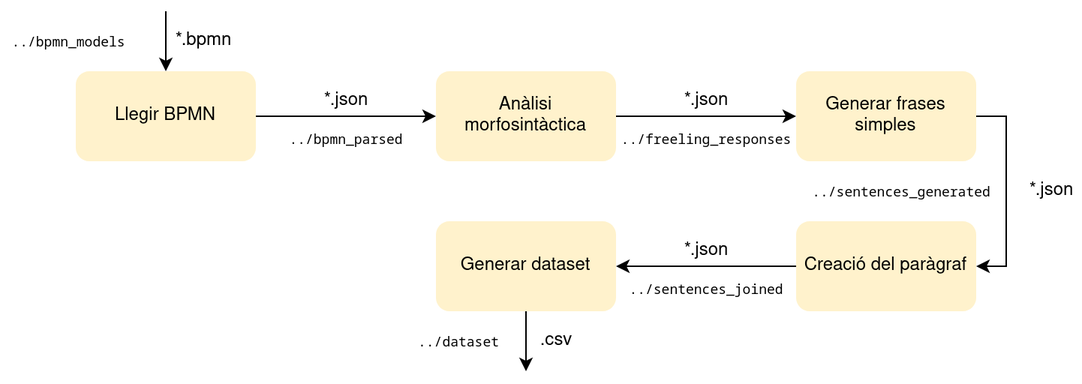
Above: resources/software-modules.png in guillempla/bpmn-to-text (draw.io), before the change. Source tidied: cells renumbered, new cells last; positions are measured from the earlier drawing's top-left corner, leaving out a move shared by most shapes. The source it was exported from:
```xml
<mxGraphModel>
  <root>
    <mxCell id="0" />
    <mxCell id="1" parent="0" />
    <mxCell id="2" style="edgeStyle=orthogonalEdgeStyle;rounded=0;jettySize=auto;html=1;" parent="1" edge="1" source="3" target="5">
      <mxGeometry relative="1" as="geometry" />
    </mxCell>
    <mxCell id="3" value="Llegir BPMN" style="rounded=1;whiteSpace=wrap;html=1;fillColor=#fff2cc;strokeColor=none;glass=0;shadow=0;sketch=0;" parent="1" vertex="1">
      <mxGeometry x="50" y="40" width="120" height="60" as="geometry" />
    </mxCell>
    <mxCell id="4" style="edgeStyle=orthogonalEdgeStyle;rounded=0;jettySize=auto;html=1;" parent="1" edge="1" source="5" target="7">
      <mxGeometry relative="1" as="geometry" />
    </mxCell>
    <mxCell id="5" value="&lt;div&gt;Anàlisi morfosintàctica&lt;/div&gt;" style="rounded=1;whiteSpace=wrap;html=1;fillColor=#fff2cc;strokeColor=none;glass=0;shadow=0;sketch=0;" parent="1" vertex="1">
      <mxGeometry x="290" y="40" width="120" height="60" as="geometry" />
    </mxCell>
    <mxCell id="6" style="edgeStyle=orthogonalEdgeStyle;rounded=0;jettySize=auto;html=1;" parent="1" edge="1" source="7" target="9">
      <mxGeometry relative="1" as="geometry">
        <Array as="points">
          <mxPoint x="670" y="70" />
          <mxPoint x="670" y="170" />
        </Array>
      </mxGeometry>
    </mxCell>
    <mxCell id="7" value="&lt;div&gt;Generar frases simples&lt;/div&gt;" style="rounded=1;whiteSpace=wrap;html=1;fillColor=#fff2cc;strokeColor=none;glass=0;shadow=0;sketch=0;" parent="1" vertex="1">
      <mxGeometry x="530" y="40" width="120" height="60" as="geometry" />
    </mxCell>
    <mxCell id="8" style="edgeStyle=orthogonalEdgeStyle;rounded=0;jettySize=auto;html=1;" parent="1" edge="1" source="9" target="11">
      <mxGeometry relative="1" as="geometry" />
    </mxCell>
    <mxCell id="9" value="Creació del paràgraf" style="rounded=1;whiteSpace=wrap;html=1;fillColor=#fff2cc;strokeColor=none;glass=0;shadow=0;sketch=0;" parent="1" vertex="1">
      <mxGeometry x="530" y="140" width="120" height="60" as="geometry" />
    </mxCell>
    <mxCell id="10" style="edgeStyle=orthogonalEdgeStyle;rounded=0;jettySize=auto;html=1;" parent="1" edge="1" source="11">
      <mxGeometry relative="1" as="geometry">
        <mxPoint x="350" y="240" as="targetPoint" />
      </mxGeometry>
    </mxCell>
    <mxCell id="11" value="Generar dataset" style="rounded=1;whiteSpace=wrap;html=1;fillColor=#fff2cc;strokeColor=none;glass=0;shadow=0;sketch=0;" parent="1" vertex="1">
      <mxGeometry x="290" y="140" width="120" height="60" as="geometry" />
    </mxCell>
    <mxCell id="12" style="endArrow=classic;html=1;rounded=0;entryX=0.5;entryY=0;entryDx=0;entryDy=0;" parent="1" edge="1" target="3">
      <mxGeometry relative="1" as="geometry">
        <mxPoint x="110" as="sourcePoint" />
      </mxGeometry>
    </mxCell>
    <mxCell id="13" value="*.bpmn" style="text;html=1;align=center;verticalAlign=middle;strokeColor=none;fillColor=none;" parent="1" vertex="1">
      <mxGeometry x="110" y="10" width="50" height="20" as="geometry" />
    </mxCell>
    <mxCell id="14" value="*.json" style="text;html=1;align=center;verticalAlign=middle;strokeColor=none;fillColor=none;" parent="1" vertex="1">
      <mxGeometry x="210" y="50" width="40" height="20" as="geometry" />
    </mxCell>
    <mxCell id="15" value="*.json" style="text;html=1;align=center;verticalAlign=middle;strokeColor=none;fillColor=none;" parent="1" vertex="1">
      <mxGeometry x="450" y="50" width="40" height="20" as="geometry" />
    </mxCell>
    <mxCell id="16" value="&lt;div&gt;*.json&lt;/div&gt;" style="text;html=1;align=center;verticalAlign=middle;strokeColor=none;fillColor=none;" parent="1" vertex="1">
      <mxGeometry x="680" y="110" width="40" height="20" as="geometry" />
    </mxCell>
    <mxCell id="17" value="*.json" style="text;html=1;align=center;verticalAlign=middle;strokeColor=none;fillColor=none;" parent="1" vertex="1">
      <mxGeometry x="450" y="150" width="40" height="20" as="geometry" />
    </mxCell>
    <mxCell id="18" value=".csv" style="text;html=1;align=center;verticalAlign=middle;strokeColor=none;fillColor=none;" parent="1" vertex="1">
      <mxGeometry x="350" y="210" width="40" height="20" as="geometry" />
    </mxCell>
    <mxCell id="19" value="&lt;pre style=&quot;font-size: 9px&quot;&gt;&lt;font style=&quot;font-size: 9px&quot;&gt;../bpmn_models&lt;/font&gt;&lt;/pre&gt;" style="text;html=1;align=center;verticalAlign=middle;strokeColor=none;fillColor=none;" parent="1" vertex="1">
      <mxGeometry width="90" height="40" as="geometry" />
    </mxCell>
    <mxCell id="20" value="&lt;pre&gt;../bpmn_parsed&lt;/pre&gt;" style="text;html=1;align=center;verticalAlign=middle;strokeColor=none;fillColor=none;fontSize=9;" parent="1" vertex="1">
      <mxGeometry x="185" y="70" width="90" height="30" as="geometry" />
    </mxCell>
    <mxCell id="21" value="&lt;pre&gt;../freeling_responses&lt;br&gt;&lt;/pre&gt;" style="text;html=1;align=center;verticalAlign=middle;strokeColor=none;fillColor=none;fontSize=9;" parent="1" vertex="1">
      <mxGeometry x="405" y="70" width="130" height="30" as="geometry" />
    </mxCell>
    <mxCell id="22" value="&lt;pre&gt;../sentences_generated&lt;br&gt;&lt;/pre&gt;" style="text;html=1;align=center;verticalAlign=middle;strokeColor=none;fillColor=none;fontSize=9;" parent="1" vertex="1">
      <mxGeometry x="535" y="105" width="130" height="30" as="geometry" />
    </mxCell>
    <mxCell id="23" value="&lt;pre&gt;../sentences_joined&lt;br&gt;&lt;/pre&gt;" style="text;html=1;align=center;verticalAlign=middle;strokeColor=none;fillColor=none;fontSize=9;" parent="1" vertex="1">
      <mxGeometry x="410" y="170" width="120" height="30" as="geometry" />
    </mxCell>
    <mxCell id="24" value="&lt;pre&gt;../dataset&lt;/pre&gt;" style="text;html=1;align=center;verticalAlign=middle;strokeColor=none;fillColor=none;fontSize=9;" parent="1" vertex="1">
      <mxGeometry x="270" y="205" width="70" height="30" as="geometry" />
    </mxCell>
  </root>
</mxGraphModel>
```
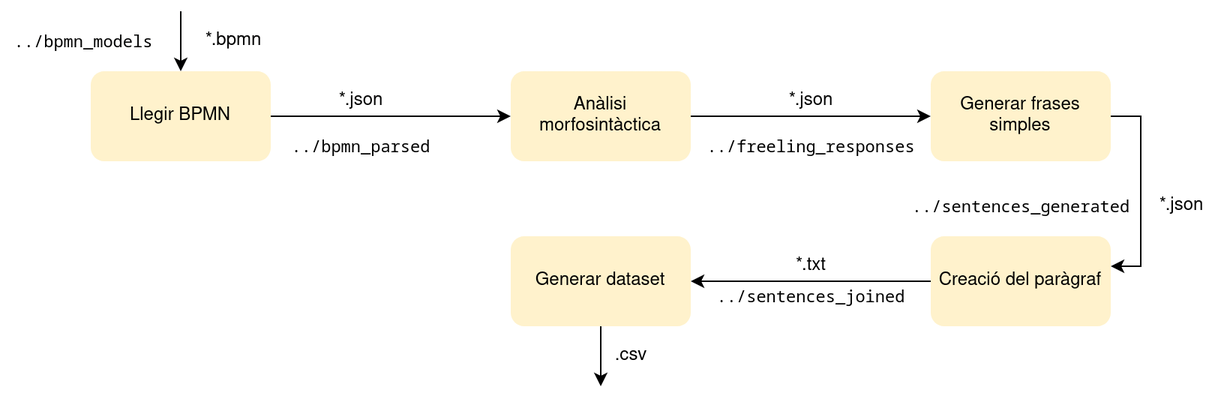
After the commit.

Commit message:
Updated memory, updated software modules

Diff of the diagram source:
```diff
@@ -6,79 +6,76 @@
       <mxGeometry relative="1" as="geometry" />
     </mxCell>
     <mxCell id="3" value="Llegir BPMN" style="rounded=1;whiteSpace=wrap;html=1;fillColor=#fff2cc;strokeColor=none;glass=0;shadow=0;sketch=0;" parent="1" vertex="1">
-      <mxGeometry x="50" y="40" width="120" height="60" as="geometry" />
+      <mxGeometry x="90" y="40" width="120" height="60" as="geometry" />
     </mxCell>
     <mxCell id="4" style="edgeStyle=orthogonalEdgeStyle;rounded=0;jettySize=auto;html=1;" parent="1" edge="1" source="5" target="7">
       <mxGeometry relative="1" as="geometry" />
     </mxCell>
     <mxCell id="5" value="&lt;div&gt;Anàlisi morfosintàctica&lt;/div&gt;" style="rounded=1;whiteSpace=wrap;html=1;fillColor=#fff2cc;strokeColor=none;glass=0;shadow=0;sketch=0;" parent="1" vertex="1">
-      <mxGeometry x="290" y="40" width="120" height="60" as="geometry" />
+      <mxGeometry x="370" y="40" width="120" height="60" as="geometry" />
     </mxCell>
     <mxCell id="6" style="edgeStyle=orthogonalEdgeStyle;rounded=0;jettySize=auto;html=1;" parent="1" edge="1" source="7" target="9">
       <mxGeometry relative="1" as="geometry">
         <Array as="points">
-          <mxPoint x="670" y="70" />
-          <mxPoint x="670" y="170" />
+          <mxPoint x="790" y="70" />
+          <mxPoint x="790" y="170" />
         </Array>
       </mxGeometry>
     </mxCell>
     <mxCell id="7" value="&lt;div&gt;Generar frases simples&lt;/div&gt;" style="rounded=1;whiteSpace=wrap;html=1;fillColor=#fff2cc;strokeColor=none;glass=0;shadow=0;sketch=0;" parent="1" vertex="1">
-      <mxGeometry x="530" y="40" width="120" height="60" as="geometry" />
+      <mxGeometry x="650" y="40" width="120" height="60" as="geometry" />
     </mxCell>
     <mxCell id="8" style="edgeStyle=orthogonalEdgeStyle;rounded=0;jettySize=auto;html=1;" parent="1" edge="1" source="9" target="11">
       <mxGeometry relative="1" as="geometry" />
     </mxCell>
     <mxCell id="9" value="Creació del paràgraf" style="rounded=1;whiteSpace=wrap;html=1;fillColor=#fff2cc;strokeColor=none;glass=0;shadow=0;sketch=0;" parent="1" vertex="1">
-      <mxGeometry x="530" y="140" width="120" height="60" as="geometry" />
+      <mxGeometry x="650" y="150" width="120" height="60" as="geometry" />
     </mxCell>
     <mxCell id="10" style="edgeStyle=orthogonalEdgeStyle;rounded=0;jettySize=auto;html=1;" parent="1" edge="1" source="11">
       <mxGeometry relative="1" as="geometry">
-        <mxPoint x="350" y="240" as="targetPoint" />
+        <mxPoint x="430" y="250" as="targetPoint" />
       </mxGeometry>
     </mxCell>
     <mxCell id="11" value="Generar dataset" style="rounded=1;whiteSpace=wrap;html=1;fillColor=#fff2cc;strokeColor=none;glass=0;shadow=0;sketch=0;" parent="1" vertex="1">
-      <mxGeometry x="290" y="140" width="120" height="60" as="geometry" />
+      <mxGeometry x="370" y="150" width="120" height="60" as="geometry" />
     </mxCell>
     <mxCell id="12" style="endArrow=classic;html=1;rounded=0;entryX=0.5;entryY=0;entryDx=0;entryDy=0;" parent="1" edge="1" target="3">
       <mxGeometry relative="1" as="geometry">
-        <mxPoint x="110" as="sourcePoint" />
+        <mxPoint x="150" as="sourcePoint" />
       </mxGeometry>
     </mxCell>
     <mxCell id="13" value="*.bpmn" style="text;html=1;align=center;verticalAlign=middle;strokeColor=none;fillColor=none;" parent="1" vertex="1">
-      <mxGeometry x="110" y="10" width="50" height="20" as="geometry" />
+      <mxGeometry x="160" y="10" width="50" height="20" as="geometry" />
     </mxCell>
     <mxCell id="14" value="*.json" style="text;html=1;align=center;verticalAlign=middle;strokeColor=none;fillColor=none;" parent="1" vertex="1">
-      <mxGeometry x="210" y="50" width="40" height="20" as="geometry" />
+      <mxGeometry x="250" y="50" width="40" height="20" as="geometry" />
     </mxCell>
     <mxCell id="15" value="*.json" style="text;html=1;align=center;verticalAlign=middle;strokeColor=none;fillColor=none;" parent="1" vertex="1">
-      <mxGeometry x="450" y="50" width="40" height="20" as="geometry" />
+      <mxGeometry x="550" y="50" width="40" height="20" as="geometry" />
     </mxCell>
-    <mxCell id="16" value="&lt;div&gt;*.json&lt;/div&gt;" style="text;html=1;align=center;verticalAlign=middle;strokeColor=none;fillColor=none;" parent="1" vertex="1">
-      <mxGeometry x="680" y="110" width="40" height="20" as="geometry" />
+    <mxCell id="16" value="*.json" style="text;html=1;align=center;verticalAlign=middle;strokeColor=none;fillColor=none;" parent="1" vertex="1">
+      <mxGeometry x="797" y="120" width="40" height="20" as="geometry" />
     </mxCell>
-    <mxCell id="17" value="*.json" style="text;html=1;align=center;verticalAlign=middle;strokeColor=none;fillColor=none;" parent="1" vertex="1">
-      <mxGeometry x="450" y="150" width="40" height="20" as="geometry" />
+    <mxCell id="17" value="*.txt" style="text;html=1;align=center;verticalAlign=middle;strokeColor=none;fillColor=none;" parent="1" vertex="1">
+      <mxGeometry x="550" y="160" width="40" height="20" as="geometry" />
     </mxCell>
     <mxCell id="18" value=".csv" style="text;html=1;align=center;verticalAlign=middle;strokeColor=none;fillColor=none;" parent="1" vertex="1">
-      <mxGeometry x="350" y="210" width="40" height="20" as="geometry" />
+      <mxGeometry x="430" y="220" width="40" height="20" as="geometry" />
     </mxCell>
-    <mxCell id="19" value="&lt;pre style=&quot;font-size: 9px&quot;&gt;&lt;font style=&quot;font-size: 9px&quot;&gt;../bpmn_models&lt;/font&gt;&lt;/pre&gt;" style="text;html=1;align=center;verticalAlign=middle;strokeColor=none;fillColor=none;" parent="1" vertex="1">
-      <mxGeometry width="90" height="40" as="geometry" />
+    <mxCell id="19" value="&lt;pre style=&quot;font-size: 11px;&quot;&gt;&lt;font style=&quot;font-size: 11px;&quot;&gt;../bpmn_models&lt;/font&gt;&lt;/pre&gt;" style="text;html=1;align=center;verticalAlign=middle;strokeColor=none;fillColor=none;" parent="1" vertex="1">
+      <mxGeometry x="30" width="110" height="40" as="geometry" />
     </mxCell>
-    <mxCell id="20" value="&lt;pre&gt;../bpmn_parsed&lt;/pre&gt;" style="text;html=1;align=center;verticalAlign=middle;strokeColor=none;fillColor=none;fontSize=9;" parent="1" vertex="1">
-      <mxGeometry x="185" y="70" width="90" height="30" as="geometry" />
+    <mxCell id="20" value="&lt;pre style=&quot;font-size: 11px;&quot;&gt;&lt;font style=&quot;font-size: 11px;&quot;&gt;../bpmn_parsed&lt;br&gt;&lt;/font&gt;&lt;/pre&gt;" style="text;html=1;align=center;verticalAlign=middle;strokeColor=none;fillColor=none;" parent="1" vertex="1">
+      <mxGeometry x="215" y="70" width="110" height="40" as="geometry" />
     </mxCell>
-    <mxCell id="21" value="&lt;pre&gt;../freeling_responses&lt;br&gt;&lt;/pre&gt;" style="text;html=1;align=center;verticalAlign=middle;strokeColor=none;fillColor=none;fontSize=9;" parent="1" vertex="1">
-      <mxGeometry x="405" y="70" width="130" height="30" as="geometry" />
+    <mxCell id="21" value="&lt;pre style=&quot;font-size: 11px;&quot;&gt;&lt;font style=&quot;font-size: 11px;&quot;&gt;../freeling_responses&lt;br&gt;&lt;/font&gt;&lt;/pre&gt;" style="text;html=1;align=center;verticalAlign=middle;strokeColor=none;fillColor=none;" parent="1" vertex="1">
+      <mxGeometry x="495" y="70" width="150" height="40" as="geometry" />
     </mxCell>
-    <mxCell id="22" value="&lt;pre&gt;../sentences_generated&lt;br&gt;&lt;/pre&gt;" style="text;html=1;align=center;verticalAlign=middle;strokeColor=none;fillColor=none;fontSize=9;" parent="1" vertex="1">
-      <mxGeometry x="535" y="105" width="130" height="30" as="geometry" />
+    <mxCell id="22" value="&lt;pre style=&quot;font-size: 11px;&quot;&gt;&lt;font style=&quot;font-size: 11px;&quot;&gt;../sentences_generated&lt;br&gt;&lt;/font&gt;&lt;/pre&gt;" style="text;html=1;align=center;verticalAlign=middle;strokeColor=none;fillColor=none;" parent="1" vertex="1">
+      <mxGeometry x="630" y="110" width="160" height="40" as="geometry" />
     </mxCell>
-    <mxCell id="23" value="&lt;pre&gt;../sentences_joined&lt;br&gt;&lt;/pre&gt;" style="text;html=1;align=center;verticalAlign=middle;strokeColor=none;fillColor=none;fontSize=9;" parent="1" vertex="1">
-      <mxGeometry x="410" y="170" width="120" height="30" as="geometry" />
+    <mxCell id="23" value="&lt;pre style=&quot;font-size: 11px;&quot;&gt;&lt;font style=&quot;font-size: 11px;&quot;&gt;../sentences_joined&lt;br&gt;&lt;/font&gt;&lt;/pre&gt;" style="text;html=1;align=center;verticalAlign=middle;strokeColor=none;fillColor=none;" parent="1" vertex="1">
+      <mxGeometry x="500" y="170" width="140" height="40" as="geometry" />
     </mxCell>
-    <mxCell id="24" value="&lt;pre&gt;../dataset&lt;/pre&gt;" style="text;html=1;align=center;verticalAlign=middle;strokeColor=none;fillColor=none;fontSize=9;" parent="1" vertex="1">
-      <mxGeometry x="270" y="205" width="70" height="30" as="geometry" />
-    </mxCell>
   </root>
 </mxGraphModel>
```
